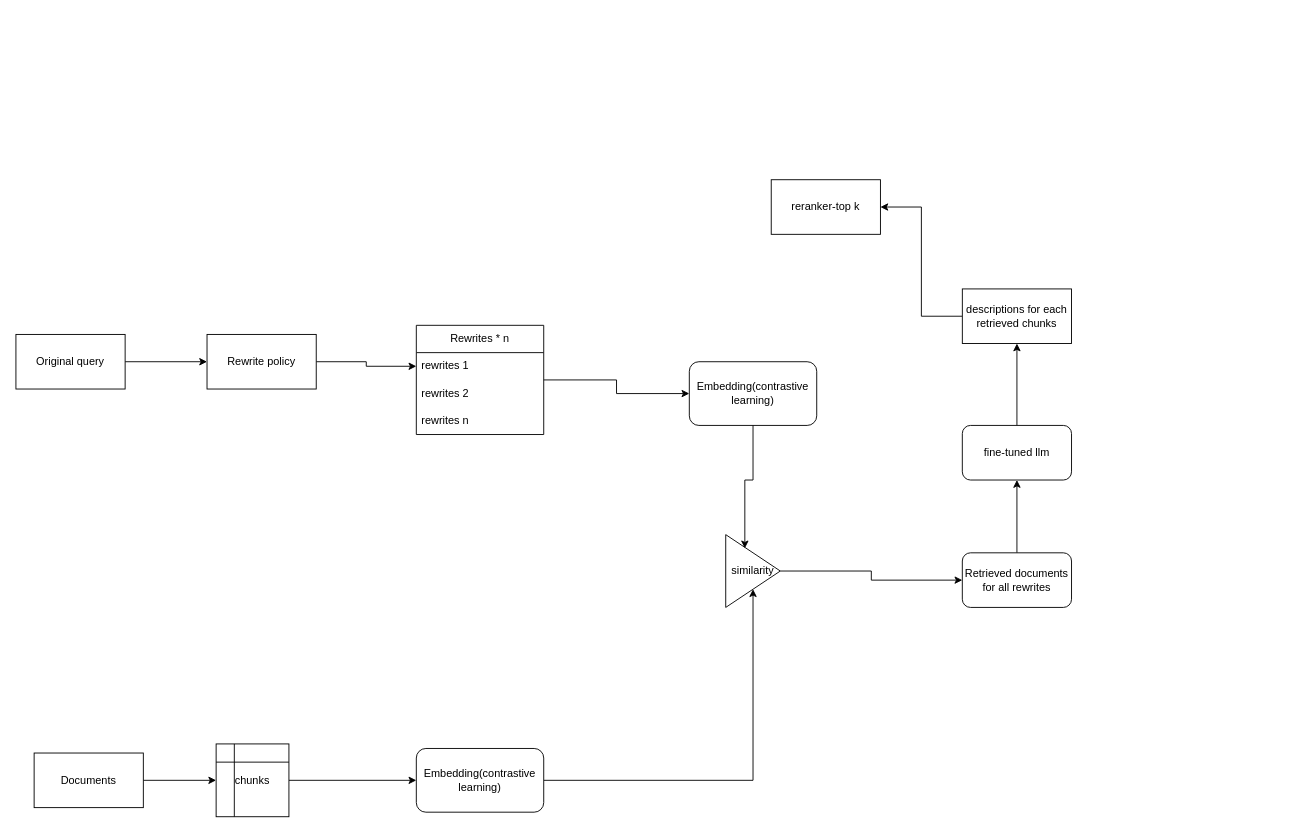
This is Untitled Diagram.drawio from ethanchan61/offline_dqn, a draw.io file, before an edit. Source tidied: cells renumbered, new cells numbered last; positions are measured from the earlier drawing's top-left corner, leaving out a move shared by most shapes. Both pictures are drawn from the tidied source at 91%, with x=0, y=0 at pixel (15, 179).
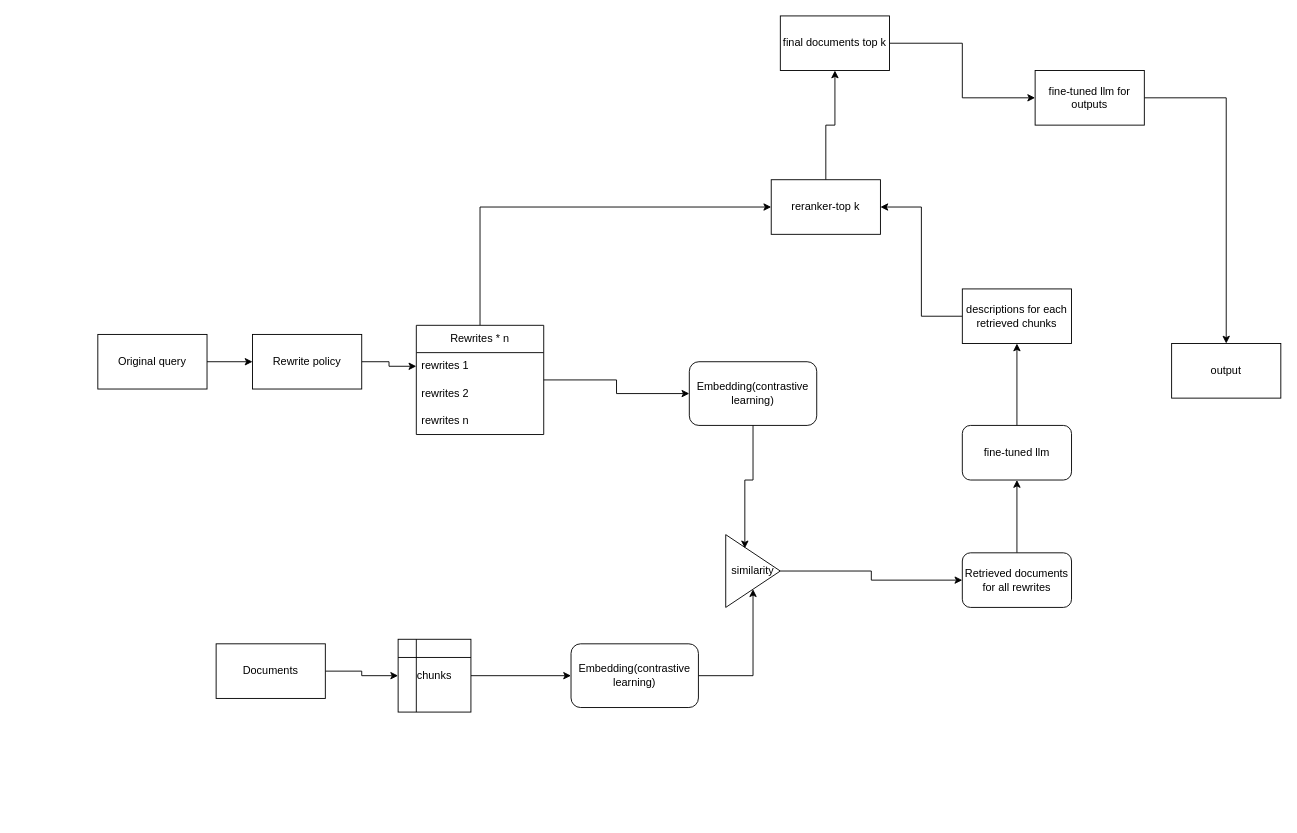
The same page after the edit.

Unchanged cells that the change refers to:
```xml
<mxCell id="7" value="Rewrites * n" style="swimlane;fontStyle=0;horizontal=1;startSize=30;whiteSpace=wrap;html=1;" parent="1" vertex="1">
  <mxGeometry x="440" y="160" width="140" height="120" as="geometry" />
</mxCell>
<mxCell id="27" value="reranker-top k" style="rounded=0;whiteSpace=wrap;html=1;" parent="1" vertex="1">
  <mxGeometry x="830" width="120" height="60" as="geometry" />
</mxCell>
```

What changed in the source:
```diff
@@
     <mxCell id="3" value="Original query" style="rounded=0;whiteSpace=wrap;html=1;" parent="1" vertex="1">
-      <mxGeometry y="170" width="120" height="60" as="geometry" />
+      <mxGeometry x="90" y="170" width="120" height="60" as="geometry" />
     </mxCell>
@@
     <mxCell id="5" value="Rewrite policy" style="rounded=0;whiteSpace=wrap;html=1;" parent="1" vertex="1">
-      <mxGeometry x="210" y="170" width="120" height="60" as="geometry" />
+      <mxGeometry x="260" y="170" width="120" height="60" as="geometry" />
     </mxCell>
@@
+    <mxCell id="28" style="edgeStyle=orthogonalEdgeStyle;rounded=0;jettySize=auto;html=1;entryX=0;entryY=0.5;entryDx=0;entryDy=0;" parent="1" edge="1" source="7" target="27">
+      <mxGeometry relative="1" as="geometry">
+        <Array as="points">
+          <mxPoint x="510" y="30" />
+        </Array>
+      </mxGeometry>
+    </mxCell>
@@
-    <mxCell id="15" style="edgeStyle=orthogonalEdgeStyle;rounded=0;jettySize=auto;html=1;" parent="1" edge="1" source="16" target="18">
+    <mxCell id="15" style="edgeStyle=orthogonalEdgeStyle;rounded=0;jettySize=auto;html=1;entryX=0;entryY=0.5;entryDx=0;entryDy=0;" parent="1" edge="1" source="16" target="18">
       <mxGeometry relative="1" as="geometry" />
     </mxCell>
     <mxCell id="16" value="Documents" style="rounded=0;whiteSpace=wrap;html=1;" parent="1" vertex="1">
-      <mxGeometry x="20" y="630" width="120" height="60" as="geometry" />
+      <mxGeometry x="220" y="510" width="120" height="60" as="geometry" />
     </mxCell>
@@
     <mxCell id="18" value="chunks" style="shape=internalStorage;whiteSpace=wrap;html=1;backgroundOutline=1;" parent="1" vertex="1">
-      <mxGeometry x="220" y="620" width="80" height="80" as="geometry" />
+      <mxGeometry x="420" y="505" width="80" height="80" as="geometry" />
     </mxCell>
@@
     <mxCell id="20" value="Embedding(contrastive learning)" style="rounded=1;whiteSpace=wrap;html=1;" parent="1" vertex="1">
-      <mxGeometry x="440" y="625" width="140" height="70" as="geometry" />
+      <mxGeometry x="610" y="510" width="140" height="70" as="geometry" />
     </mxCell>
@@
+    <mxCell id="29" style="edgeStyle=orthogonalEdgeStyle;rounded=0;jettySize=auto;html=1;" parent="1" edge="1" source="27" target="31">
+      <mxGeometry relative="1" as="geometry" />
+    </mxCell>
@@
+    <mxCell id="30" style="edgeStyle=orthogonalEdgeStyle;rounded=0;jettySize=auto;html=1;entryX=0;entryY=0.5;entryDx=0;entryDy=0;" parent="1" edge="1" source="31" target="33">
+      <mxGeometry relative="1" as="geometry" />
+    </mxCell>
+    <mxCell id="31" value="final documents top k" style="rounded=0;whiteSpace=wrap;html=1;" parent="1" vertex="1">
+      <mxGeometry x="840" y="-180" width="120" height="60" as="geometry" />
+    </mxCell>
+    <mxCell id="32" style="edgeStyle=orthogonalEdgeStyle;rounded=0;jettySize=auto;html=1;entryX=0.5;entryY=0;entryDx=0;entryDy=0;" parent="1" edge="1" source="33" target="34">
+      <mxGeometry relative="1" as="geometry" />
+    </mxCell>
+    <mxCell id="33" value="fine-tuned llm for outputs" style="rounded=0;whiteSpace=wrap;html=1;" parent="1" vertex="1">
+      <mxGeometry x="1120" y="-120" width="120" height="60" as="geometry" />
+    </mxCell>
+    <mxCell id="34" value="output" style="rounded=0;whiteSpace=wrap;html=1;" parent="1" vertex="1">
+      <mxGeometry x="1270" y="180" width="120" height="60" as="geometry" />
+    </mxCell>
```
